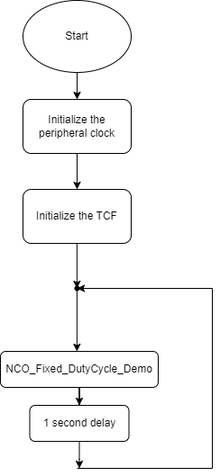
This is images/ncoFixedDutyCycleFlowchart.png from microchip-pic-avr-examples/avr16eb32-getting-started-with-tcf-mplab-bare-metal, a draw.io export, as it was before one commit. Source tidied: cells renumbered, new cells last; positions are measured from the earlier drawing's top-left corner, leaving out a move shared by most shapes.
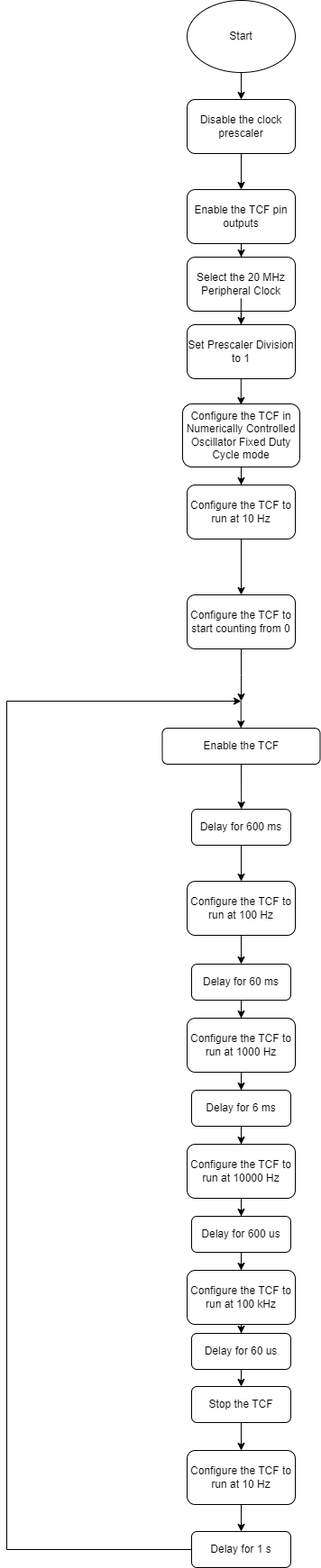
After the change.

The edit, as a diff of the source:
```diff
@@ -11,55 +11,156 @@
     <mxCell id="4" style="edgeStyle=orthogonalEdgeStyle;rounded=0;jettySize=auto;html=1;" parent="1" edge="1" source="5" target="6">
       <mxGeometry relative="1" as="geometry" />
     </mxCell>
-    <mxCell id="5" value="Initialize the peripheral clock" style="rounded=1;whiteSpace=wrap;html=1;" parent="1" vertex="1">
+    <mxCell id="5" value="Disable the clock prescaler" style="rounded=1;whiteSpace=wrap;html=1;" parent="1" vertex="1">
       <mxGeometry x="25" y="110" width="120" height="60" as="geometry" />
     </mxCell>
+    <mxCell id="16" style="edgeStyle=orthogonalEdgeStyle;rounded=0;jettySize=auto;html=1;" parent="1" edge="1" source="6" target="19">
+      <mxGeometry relative="1" as="geometry" />
+    </mxCell>
-    <mxCell id="6" value="Initialize the TCF" style="rounded=1;whiteSpace=wrap;html=1;" parent="1" vertex="1">
+    <mxCell id="6" value="Enable the TCF pin outputs" style="rounded=1;whiteSpace=wrap;html=1;" parent="1" vertex="1">
       <mxGeometry x="25" y="210" width="120" height="60" as="geometry" />
     </mxCell>
-    <mxCell id="7" style="edgeStyle=orthogonalEdgeStyle;rounded=0;jettySize=auto;html=1;" parent="1" edge="1" source="8" target="15">
-      <mxGeometry relative="1" as="geometry" />
-    </mxCell>
-    <mxCell id="8" value="&lt;div&gt;NCO_Fixed_DutyCycle_Demo&lt;br&gt;&lt;/div&gt;" style="rounded=1;whiteSpace=wrap;html=1;" parent="1" vertex="1">
-      <mxGeometry y="390" width="175" height="40" as="geometry" />
+    <mxCell id="8" value="Enable the TCF" style="rounded=1;whiteSpace=wrap;html=1;" parent="1" vertex="1">
+      <mxGeometry x="-2.5" y="808" width="175" height="40" as="geometry" />
     </mxCell>
-    <mxCell id="9" style="endArrow=classic;html=1;rounded=0;" parent="1" edge="1">
-      <mxGeometry relative="1" as="geometry">
-        <mxPoint x="84.9" y="270" as="sourcePoint" />
-        <mxPoint x="84.9" y="320" as="targetPoint" />
-      </mxGeometry>
-    </mxCell>
-    <mxCell id="10" style="endArrow=classic;html=1;rounded=0;entryX=0.441;entryY=0.667;entryDx=0;entryDy=0;entryPerimeter=0;" parent="1" edge="1">
-      <mxGeometry relative="1" as="geometry">
-        <mxPoint x="84.9" y="320" as="sourcePoint" />
-        <mxPoint x="84.9" y="390" as="targetPoint" />
-      </mxGeometry>
-    </mxCell>
-    <mxCell id="11" style="endArrow=classic;html=1;rounded=0;edgeStyle=orthogonalEdgeStyle;" parent="1" edge="1" source="13">
-      <mxGeometry relative="1" as="geometry">
-        <mxPoint x="85" y="320" as="targetPoint" />
-      </mxGeometry>
-    </mxCell>
-    <mxCell id="12" style="endArrow=classic;html=1;rounded=0;edgeStyle=orthogonalEdgeStyle;" parent="1" edge="1" target="13">
-      <mxGeometry relative="1" as="geometry">
-        <mxPoint x="85" y="520" as="sourcePoint" />
-        <Array as="points">
-          <mxPoint x="85" y="520" />
-          <mxPoint x="235" y="520" />
-          <mxPoint x="235" y="320" />
-        </Array>
-      </mxGeometry>
-    </mxCell>
-    <mxCell id="13" style="shape=waypoint;sketch=0;fillStyle=solid;size=6;points=[];fillColor=none;perimeter=centerPerimeter;snapToPoint=1;" parent="1" vertex="1">
-      <mxGeometry x="75" y="310" width="20" height="20" as="geometry" />
-    </mxCell>
-    <mxCell id="14" style="edgeStyle=orthogonalEdgeStyle;rounded=0;jettySize=auto;html=1;" parent="1" edge="1" source="15">
-      <mxGeometry relative="1" as="geometry">
-        <mxPoint x="87.5" y="520" as="targetPoint" />
-      </mxGeometry>
-    </mxCell>
+    <mxCell id="17" style="edgeStyle=orthogonalEdgeStyle;rounded=0;jettySize=auto;html=1;" parent="1" edge="1" source="15" target="29">
+      <mxGeometry relative="1" as="geometry" />
+    </mxCell>
-    <mxCell id="15" value="1 second delay" style="rounded=1;whiteSpace=wrap;html=1;" parent="1" vertex="1">
-      <mxGeometry x="32.5" y="450" width="110" height="40" as="geometry" />
+    <mxCell id="15" value="Delay for 600 ms" style="rounded=1;whiteSpace=wrap;html=1;" parent="1" vertex="1">
+      <mxGeometry x="30" y="898" width="110" height="40" as="geometry" />
     </mxCell>
+    <mxCell id="18" style="edgeStyle=orthogonalEdgeStyle;rounded=0;jettySize=auto;html=1;" parent="1" edge="1" source="19" target="39">
+      <mxGeometry relative="1" as="geometry" />
+    </mxCell>
+    <mxCell id="19" value="Select the 20 MHz Peripheral Clock" style="rounded=1;whiteSpace=wrap;html=1;" parent="1" vertex="1">
+      <mxGeometry x="25" y="285" width="120" height="60" as="geometry" />
+    </mxCell>
+    <mxCell id="20" style="edgeStyle=orthogonalEdgeStyle;rounded=0;jettySize=auto;html=1;" parent="1" edge="1" source="21" target="23">
+      <mxGeometry relative="1" as="geometry" />
+    </mxCell>
+    <mxCell id="21" value="Configure the TCF in Numerically Controlled Oscillator Fixed Duty Cycle mode" style="rounded=1;whiteSpace=wrap;html=1;" parent="1" vertex="1">
+      <mxGeometry x="20" y="448" width="130" height="70" as="geometry" />
+    </mxCell>
+    <mxCell id="22" style="edgeStyle=orthogonalEdgeStyle;rounded=0;jettySize=auto;html=1;" parent="1" edge="1" source="23" target="26">
+      <mxGeometry relative="1" as="geometry" />
+    </mxCell>
+    <mxCell id="23" value="Configure the TCF to run at 10 Hz" style="rounded=1;whiteSpace=wrap;html=1;" parent="1" vertex="1">
+      <mxGeometry x="25" y="538" width="120" height="60" as="geometry" />
+    </mxCell>
+    <mxCell id="24" style="edgeStyle=orthogonalEdgeStyle;rounded=0;jettySize=auto;html=1;" parent="1" edge="1" source="26" target="27">
+      <mxGeometry relative="1" as="geometry">
+        <Array as="points">
+          <mxPoint x="85" y="740" />
+        </Array>
+      </mxGeometry>
+    </mxCell>
+    <mxCell id="25" style="edgeStyle=orthogonalEdgeStyle;rounded=0;jettySize=auto;html=1;" parent="1" edge="1" source="26">
+      <mxGeometry relative="1" as="geometry">
+        <mxPoint x="85" y="778" as="targetPoint" />
+      </mxGeometry>
+    </mxCell>
+    <mxCell id="26" value="Configure the TCF to start counting from 0" style="rounded=1;whiteSpace=wrap;html=1;" parent="1" vertex="1">
+      <mxGeometry x="25" y="660" width="120" height="60" as="geometry" />
+    </mxCell>
+    <mxCell id="27" style="ellipse;whiteSpace=wrap;html=1;" parent="1" vertex="1">
+      <mxGeometry x="-325" y="-240" as="geometry" />
+    </mxCell>
+    <mxCell id="28" style="edgeStyle=orthogonalEdgeStyle;rounded=0;jettySize=auto;html=1;" parent="1" edge="1" source="29" target="41">
+      <mxGeometry relative="1" as="geometry" />
+    </mxCell>
+    <mxCell id="29" value="Configure the TCF to run at 100 Hz" style="rounded=1;whiteSpace=wrap;html=1;" parent="1" vertex="1">
+      <mxGeometry x="25" y="978" width="120" height="60" as="geometry" />
+    </mxCell>
+    <mxCell id="30" style="endArrow=classic;html=1;rounded=0;exitX=0.5;exitY=1;exitDx=0;exitDy=0;" parent="1" edge="1" source="8">
+      <mxGeometry relative="1" as="geometry">
+        <mxPoint x="85.2" y="898" as="targetPoint" />
+      </mxGeometry>
+    </mxCell>
+    <mxCell id="31" style="edgeStyle=orthogonalEdgeStyle;rounded=0;jettySize=auto;html=1;entryX=0.5;entryY=0;entryDx=0;entryDy=0;" parent="1" edge="1" target="34">
+      <mxGeometry relative="1" as="geometry">
+        <mxPoint x="85" y="1579" as="sourcePoint" />
+      </mxGeometry>
+    </mxCell>
+    <mxCell id="32" value="Stop the TCF" style="rounded=1;whiteSpace=wrap;html=1;" parent="1" vertex="1">
+      <mxGeometry x="30" y="1539" width="110" height="40" as="geometry" />
+    </mxCell>
+    <mxCell id="33" style="edgeStyle=orthogonalEdgeStyle;rounded=0;jettySize=auto;html=1;" parent="1" edge="1" source="34" target="36">
+      <mxGeometry relative="1" as="geometry" />
+    </mxCell>
+    <mxCell id="34" value="Configure the TCF to run at 10 Hz" style="rounded=1;whiteSpace=wrap;html=1;" parent="1" vertex="1">
+      <mxGeometry x="25" y="1610" width="120" height="60" as="geometry" />
+    </mxCell>
+    <mxCell id="35" style="edgeStyle=orthogonalEdgeStyle;rounded=0;jettySize=auto;html=1;exitX=0;exitY=0.5;exitDx=0;exitDy=0;" parent="1" edge="1" source="36">
+      <mxGeometry relative="1" as="geometry">
+        <mxPoint x="85" y="778" as="targetPoint" />
+        <Array as="points">
+          <mxPoint x="-175" y="1720" />
+          <mxPoint x="-175" y="778" />
+        </Array>
+      </mxGeometry>
+    </mxCell>
+    <mxCell id="36" value="Delay for 1 s" style="rounded=1;whiteSpace=wrap;html=1;" parent="1" vertex="1">
+      <mxGeometry x="30" y="1700" width="110" height="40" as="geometry" />
+    </mxCell>
+    <mxCell id="37" style="endArrow=classic;html=1;rounded=0;" parent="1" edge="1">
+      <mxGeometry relative="1" as="geometry">
+        <mxPoint x="84.7" y="778" as="sourcePoint" />
+        <mxPoint x="84.7" y="808" as="targetPoint" />
+      </mxGeometry>
+    </mxCell>
+    <mxCell id="38" style="edgeStyle=orthogonalEdgeStyle;rounded=0;orthogonalLoop=1;jettySize=auto;html=1;" parent="1" edge="1">
+      <mxGeometry relative="1" as="geometry">
+        <mxPoint x="84.8" y="331" as="sourcePoint" />
+        <mxPoint x="84.8" y="449" as="targetPoint" />
+      </mxGeometry>
+    </mxCell>
+    <mxCell id="39" value="Set Prescaler Division to 1" style="rounded=1;whiteSpace=wrap;html=1;" parent="1" vertex="1">
+      <mxGeometry x="25" y="360" width="120" height="60" as="geometry" />
+    </mxCell>
+    <mxCell id="40" style="edgeStyle=orthogonalEdgeStyle;rounded=0;jettySize=auto;html=1;" parent="1" edge="1" source="41" target="43">
+      <mxGeometry relative="1" as="geometry" />
+    </mxCell>
+    <mxCell id="41" value="Delay for 60 ms" style="rounded=1;whiteSpace=wrap;html=1;" parent="1" vertex="1">
+      <mxGeometry x="30" y="1070" width="110" height="40" as="geometry" />
+    </mxCell>
+    <mxCell id="42" style="edgeStyle=orthogonalEdgeStyle;rounded=0;jettySize=auto;html=1;entryX=0.5;entryY=0;entryDx=0;entryDy=0;" parent="1" edge="1" source="43" target="45">
+      <mxGeometry relative="1" as="geometry" />
+    </mxCell>
+    <mxCell id="43" value="Configure the TCF to run at 1000 Hz" style="rounded=1;whiteSpace=wrap;html=1;" parent="1" vertex="1">
+      <mxGeometry x="25" y="1130" width="120" height="60" as="geometry" />
+    </mxCell>
+    <mxCell id="44" style="edgeStyle=orthogonalEdgeStyle;rounded=0;jettySize=auto;html=1;" parent="1" edge="1" source="45" target="47">
+      <mxGeometry relative="1" as="geometry" />
+    </mxCell>
+    <mxCell id="45" value="Delay for 6 ms" style="rounded=1;whiteSpace=wrap;html=1;" parent="1" vertex="1">
+      <mxGeometry x="30" y="1210" width="110" height="40" as="geometry" />
+    </mxCell>
+    <mxCell id="46" style="edgeStyle=orthogonalEdgeStyle;rounded=0;jettySize=auto;html=1;entryX=0.5;entryY=0;entryDx=0;entryDy=0;" parent="1" edge="1" source="47" target="49">
+      <mxGeometry relative="1" as="geometry" />
+    </mxCell>
+    <mxCell id="47" value="Configure the TCF to run at 10000 Hz" style="rounded=1;whiteSpace=wrap;html=1;" parent="1" vertex="1">
+      <mxGeometry x="25" y="1270" width="120" height="60" as="geometry" />
+    </mxCell>
+    <mxCell id="48" style="edgeStyle=orthogonalEdgeStyle;rounded=0;jettySize=auto;html=1;" parent="1" edge="1" source="49" target="51">
+      <mxGeometry relative="1" as="geometry" />
+    </mxCell>
+    <mxCell id="49" value="Delay for 600 us" style="rounded=1;whiteSpace=wrap;html=1;" parent="1" vertex="1">
+      <mxGeometry x="30" y="1350" width="110" height="40" as="geometry" />
+    </mxCell>
+    <mxCell id="50" style="edgeStyle=orthogonalEdgeStyle;rounded=0;jettySize=auto;html=1;" parent="1" edge="1" source="51" target="53">
+      <mxGeometry relative="1" as="geometry" />
+    </mxCell>
+    <mxCell id="51" value="Configure the TCF to run at 100 kHz" style="rounded=1;whiteSpace=wrap;html=1;" parent="1" vertex="1">
+      <mxGeometry x="25" y="1410" width="120" height="60" as="geometry" />
+    </mxCell>
+    <mxCell id="52" style="edgeStyle=orthogonalEdgeStyle;rounded=0;orthogonalLoop=1;jettySize=auto;html=1;entryX=0.5;entryY=0;entryDx=0;entryDy=0;" parent="1" edge="1">
+      <mxGeometry relative="1" as="geometry">
+        <mxPoint x="85" y="1520" as="sourcePoint" />
+        <mxPoint x="85" y="1539" as="targetPoint" />
+      </mxGeometry>
+    </mxCell>
+    <mxCell id="53" value="Delay for 60 us" style="rounded=1;whiteSpace=wrap;html=1;" parent="1" vertex="1">
+      <mxGeometry x="30" y="1480" width="110" height="40" as="geometry" />
+    </mxCell>
   </root>
 </mxGraphModel>
```
